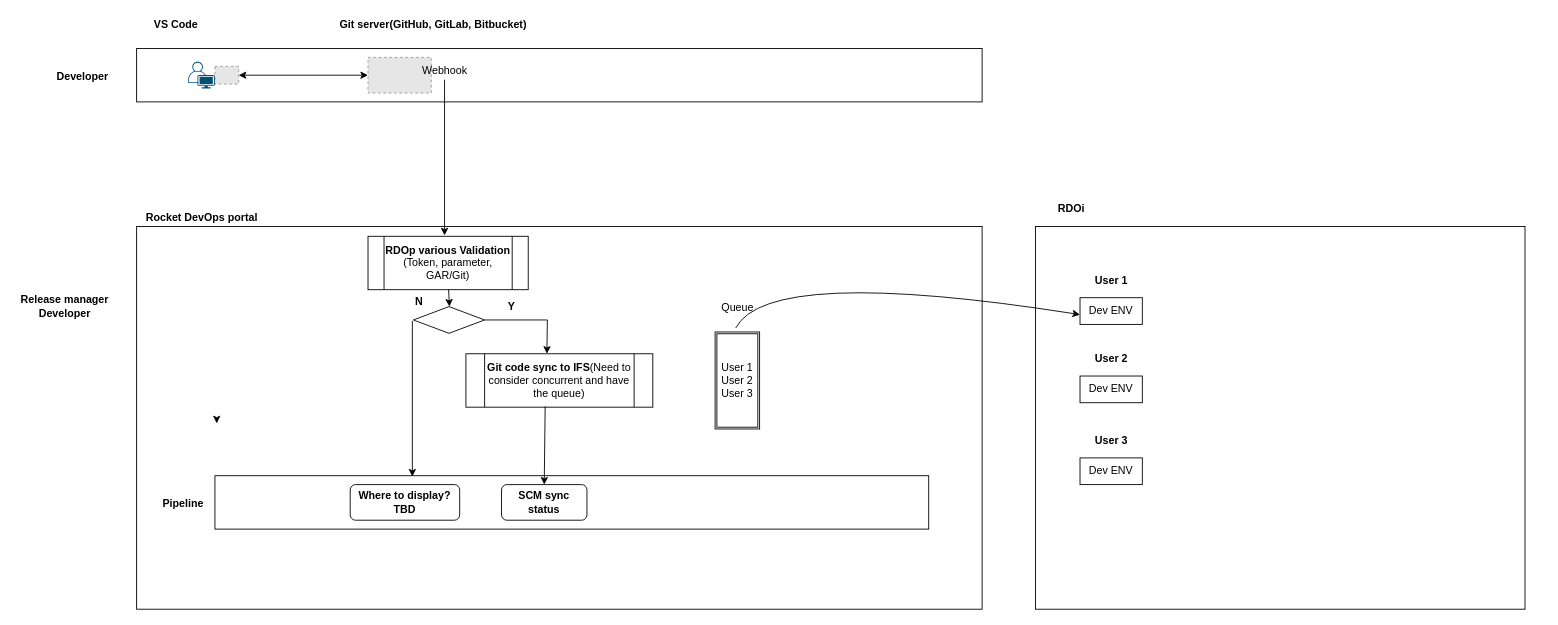
Earlier version of the draw.io diagram Untitled Diagram.drawio (dingzhanxing/Diagram). Source tidied: cells renumbered, new cells numbered last; positions are measured from the earlier drawing's top-left corner, leaving out a move shared by most shapes. Both pictures are drawn from the tidied source at 89%, with x=0, y=0 at pixel (15, 15). Pictures stored in the file or linked from it are replaced by grey dashed boxes.
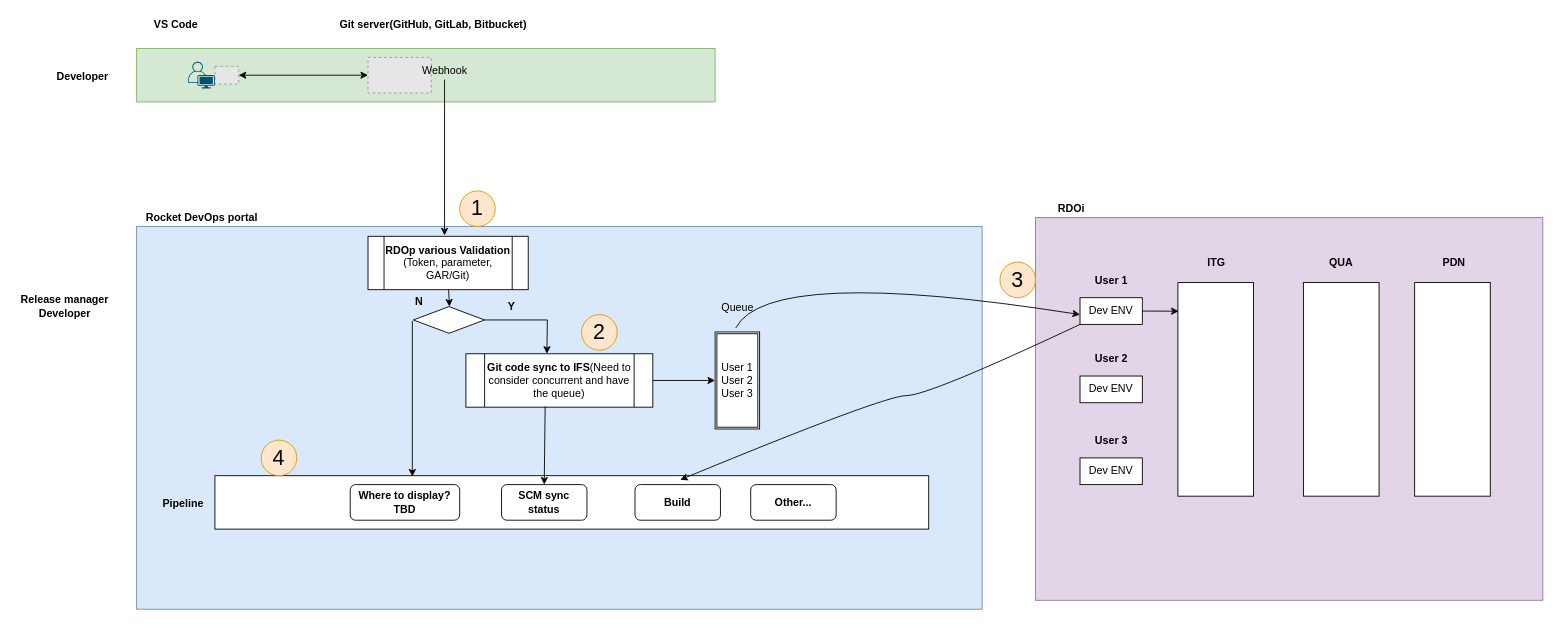
The same page after the edit.

Commit message:
Update Aspen web hook workflow.drawio

Unchanged cells that the change refers to:
```xml
<mxCell id="19" style="rounded=0;whiteSpace=wrap;html=1;" parent="1" vertex="1">
  <mxGeometry x="224" y="517" width="802" height="60" as="geometry" />
</mxCell>
<mxCell id="22" value="&lt;b&gt;Git code sync to IFS&lt;/b&gt;(Need to consider concurrent and have the queue)" style="shape=process;whiteSpace=wrap;html=1;backgroundOutline=1;" parent="1" vertex="1">
  <mxGeometry x="506" y="380" width="210" height="60" as="geometry" />
</mxCell>
<mxCell id="32" value="Dev ENV" style="rounded=0;whiteSpace=wrap;html=1;" parent="1" vertex="1">
  <mxGeometry x="1196" y="317" width="70" height="30" as="geometry" />
</mxCell>
<mxCell id="38" value="User 1&lt;br&gt;User 2&lt;br&gt;User 3&lt;br&gt;" style="shape=ext;double=1;rounded=0;whiteSpace=wrap;html=1;" parent="1" vertex="1">
  <mxGeometry x="786" y="355.5" width="50" height="109" as="geometry" />
</mxCell>
```

What changed in the source:
```diff
@@
-    <mxCell id="2" style="rounded=0;whiteSpace=wrap;html=1;" parent="1" vertex="1">
-      <mxGeometry x="136" y="37" width="950" height="60" as="geometry" />
+    <mxCell id="2" style="rounded=0;whiteSpace=wrap;html=1;fillColor=#d5e8d4;strokeColor=#82b366;" parent="1" vertex="1">
+      <mxGeometry x="136" y="37" width="650" height="60" as="geometry" />
     </mxCell>
@@
-    <mxCell id="8" style="rounded=0;whiteSpace=wrap;html=1;" parent="1" vertex="1">
+    <mxCell id="8" style="rounded=0;whiteSpace=wrap;html=1;fillColor=#dae8fc;strokeColor=#6c8ebf;" parent="1" vertex="1">
       <mxGeometry x="136" y="237" width="950" height="430" as="geometry" />
     </mxCell>
@@
-    <mxCell id="25" style="edgeStyle=elbowEdgeStyle;elbow=horizontal;endArrow=classic;html=1;rounded=0;" parent="1" edge="1" target="8">
-      <mxGeometry relative="1" as="geometry">
-        <mxPoint x="226" y="457" as="sourcePoint" />
-      </mxGeometry>
-    </mxCell>
@@
-    <mxCell id="28" style="rounded=0;whiteSpace=wrap;html=1;" parent="1" vertex="1">
-      <mxGeometry x="1146" y="237" width="550" height="430" as="geometry" />
+    <mxCell id="28" value="&lt;br&gt;&lt;br&gt;&lt;br&gt;" style="rounded=0;whiteSpace=wrap;html=1;fillColor=#e1d5e7;strokeColor=#9673a6;" parent="1" vertex="1">
+      <mxGeometry x="1146" y="227" width="570" height="430" as="geometry" />
     </mxCell>
@@
+    <mxCell id="41" style="endArrow=classic;html=1;rounded=0;exitX=1;exitY=0.5;exitDx=0;exitDy=0;entryX=0;entryY=0.5;entryDx=0;entryDy=0;" parent="1" edge="1" source="22" target="38">
+      <mxGeometry relative="1" as="geometry" />
+    </mxCell>
+    <mxCell id="42" style="rounded=0;whiteSpace=wrap;html=1;" parent="1" vertex="1">
+      <mxGeometry x="1306" y="300" width="85" height="240" as="geometry" />
+    </mxCell>
+    <mxCell id="43" style="rounded=0;whiteSpace=wrap;html=1;" parent="1" vertex="1">
+      <mxGeometry x="1447" y="300" width="85" height="240" as="geometry" />
+    </mxCell>
+    <mxCell id="44" style="rounded=0;whiteSpace=wrap;html=1;" parent="1" vertex="1">
+      <mxGeometry x="1572" y="300" width="85" height="240" as="geometry" />
+    </mxCell>
+    <mxCell id="45" value="&lt;b&gt;QUA&lt;/b&gt;" style="text;html=1;align=center;verticalAlign=middle;fillColor=none;strokeColor=none;rounded=0;" parent="1" vertex="1">
+      <mxGeometry x="1468.5" y="268" width="40" height="20" as="geometry" />
+    </mxCell>
+    <mxCell id="46" value="&lt;b&gt;ITG&lt;/b&gt;" style="text;html=1;align=center;verticalAlign=middle;fillColor=none;strokeColor=none;rounded=0;" parent="1" vertex="1">
+      <mxGeometry x="1328.5" y="268" width="40" height="20" as="geometry" />
+    </mxCell>
+    <mxCell id="47" value="&lt;b&gt;PDN&lt;/b&gt;" style="text;html=1;align=center;verticalAlign=middle;fillColor=none;strokeColor=none;rounded=0;" parent="1" vertex="1">
+      <mxGeometry x="1596" y="268" width="40" height="20" as="geometry" />
+    </mxCell>
+    <mxCell id="48" style="endArrow=classic;html=1;rounded=0;exitX=1;exitY=0.5;exitDx=0;exitDy=0;entryX=0.01;entryY=0.134;entryDx=0;entryDy=0;entryPerimeter=0;" parent="1" edge="1" target="42">
+      <mxGeometry relative="1" as="geometry">
+        <mxPoint x="1266" y="332" as="sourcePoint" />
+      </mxGeometry>
+    </mxCell>
+    <mxCell id="49" value="&lt;b&gt;Build&lt;/b&gt;" style="rounded=1;whiteSpace=wrap;html=1;" parent="1" vertex="1">
+      <mxGeometry x="696" y="527" width="96" height="40" as="geometry" />
+    </mxCell>
+    <mxCell id="50" value="&lt;b&gt;Other...&lt;/b&gt;" style="rounded=1;whiteSpace=wrap;html=1;" parent="1" vertex="1">
+      <mxGeometry x="826" y="527" width="96" height="40" as="geometry" />
+    </mxCell>
+    <mxCell id="51" style="curved=1;endArrow=classic;html=1;rounded=0;entryX=0.652;entryY=0.076;entryDx=0;entryDy=0;entryPerimeter=0;exitX=0;exitY=1;exitDx=0;exitDy=0;" parent="1" edge="1" source="32" target="19">
+      <mxGeometry relative="1" as="geometry">
+        <Array as="points">
+          <mxPoint x="1026" y="427" />
+          <mxPoint x="976" y="427" />
+        </Array>
+      </mxGeometry>
+    </mxCell>
+    <mxCell id="52" value="&lt;font style=&quot;font-size: 24px&quot;&gt;1&lt;/font&gt;" style="ellipse;whiteSpace=wrap;html=1;fillColor=#ffe6cc;strokeColor=#d79b00;" parent="1" vertex="1">
+      <mxGeometry x="499" y="197" width="40" height="40" as="geometry" />
+    </mxCell>
+    <mxCell id="53" value="&lt;font style=&quot;font-size: 24px&quot;&gt;2&lt;/font&gt;" style="ellipse;whiteSpace=wrap;html=1;fillColor=#ffe6cc;strokeColor=#d79b00;" parent="1" vertex="1">
+      <mxGeometry x="636" y="336" width="40" height="40" as="geometry" />
+    </mxCell>
+    <mxCell id="54" value="&lt;font style=&quot;font-size: 24px&quot;&gt;3&lt;/font&gt;" style="ellipse;whiteSpace=wrap;html=1;fillColor=#ffe6cc;strokeColor=#d79b00;" parent="1" vertex="1">
+      <mxGeometry x="1106" y="277" width="40" height="40" as="geometry" />
+    </mxCell>
+    <mxCell id="55" value="&lt;font style=&quot;font-size: 24px&quot;&gt;4&lt;/font&gt;" style="ellipse;whiteSpace=wrap;html=1;fillColor=#ffe6cc;strokeColor=#d79b00;" parent="1" vertex="1">
+      <mxGeometry x="276" y="477" width="40" height="40" as="geometry" />
+    </mxCell>
```
